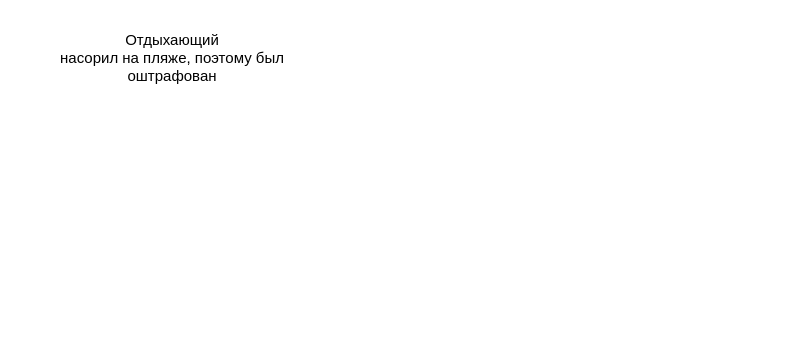
Before: semantic final.drawio in DMfananddu/DSM, a draw.io diagram. Source tidied: cells renumbered, new cells numbered last; positions are measured from the earlier drawing's top-left corner, leaving out a move shared by most shapes. Both pictures are drawn from the tidied source at 100%, with x=0, y=0 at pixel (17, 17).
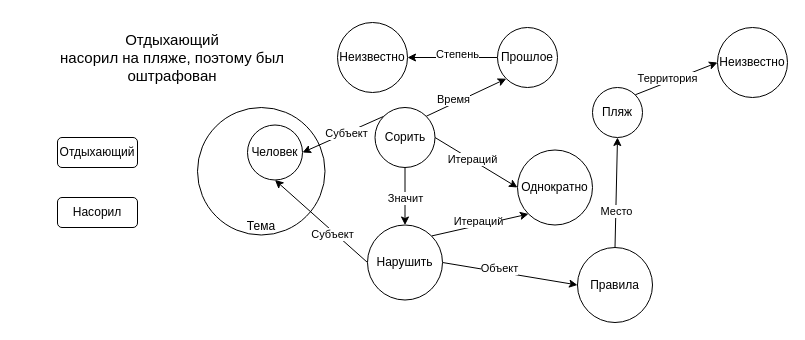
The same page after the edit.

Change to the diagram source:
```diff
@@
+    <mxCell id="3" value="Тема" style="ellipse;whiteSpace=wrap;html=1;verticalAlign=bottom;" parent="1" vertex="1">
+      <mxGeometry x="180" y="90" width="127.5" height="127.5" as="geometry" />
+    </mxCell>
@@
+    <mxCell id="4" value="Отдыхающий" style="rounded=1;whiteSpace=wrap;html=1;" parent="1" vertex="1">
+      <mxGeometry x="40" y="120" width="80" height="30" as="geometry" />
+    </mxCell>
+    <mxCell id="5" value="Человек" style="ellipse;whiteSpace=wrap;html=1;" parent="1" vertex="1">
+      <mxGeometry x="230" y="107.5" width="55" height="55" as="geometry" />
+    </mxCell>
+    <mxCell id="6" value="Насорил" style="rounded=1;whiteSpace=wrap;html=1;" parent="1" vertex="1">
+      <mxGeometry x="40" y="180" width="80" height="30" as="geometry" />
+    </mxCell>
+    <mxCell id="7" style="rounded=0;jettySize=auto;html=1;exitX=1;exitY=0.5;exitDx=0;exitDy=0;entryX=0;entryY=0.5;entryDx=0;entryDy=0;" parent="1" edge="1" source="15" target="16">
+      <mxGeometry relative="1" as="geometry" />
+    </mxCell>
+    <mxCell id="8" value="Итераций" style="edgeLabel;html=1;align=center;verticalAlign=middle;" parent="7" vertex="1">
+      <mxGeometry x="-0.44" y="4" relative="1" as="geometry">
+        <mxPoint x="11.7" y="10.8" as="offset" />
+      </mxGeometry>
+    </mxCell>
+    <mxCell id="9" style="edgeStyle=none;rounded=0;jettySize=auto;html=1;exitX=0.5;exitY=1;exitDx=0;exitDy=0;entryX=0.5;entryY=0;entryDx=0;entryDy=0;" parent="1" edge="1" source="15" target="23">
+      <mxGeometry relative="1" as="geometry" />
+    </mxCell>
+    <mxCell id="10" value="Значит" style="edgeLabel;html=1;align=center;verticalAlign=middle;" parent="9" vertex="1">
+      <mxGeometry x="0.29" y="-1" relative="1" as="geometry">
+        <mxPoint x="1" y="-7" as="offset" />
+      </mxGeometry>
+    </mxCell>
+    <mxCell id="11" style="edgeStyle=none;rounded=0;jettySize=auto;html=1;exitX=0;exitY=0;exitDx=0;exitDy=0;entryX=1;entryY=0.5;entryDx=0;entryDy=0;" parent="1" edge="1" source="15" target="5">
+      <mxGeometry relative="1" as="geometry" />
+    </mxCell>
+    <mxCell id="12" value="Субъект" style="edgeLabel;html=1;align=center;verticalAlign=middle;" parent="11" vertex="1">
+      <mxGeometry x="0.44" y="-3" relative="1" as="geometry">
+        <mxPoint x="22.1" y="-6.7" as="offset" />
+      </mxGeometry>
+    </mxCell>
+    <mxCell id="13" style="edgeStyle=none;rounded=0;jettySize=auto;html=1;exitX=1;exitY=0;exitDx=0;exitDy=0;entryX=0;entryY=1;entryDx=0;entryDy=0;" parent="1" edge="1" source="15" target="32">
+      <mxGeometry relative="1" as="geometry" />
+    </mxCell>
+    <mxCell id="14" value="Время" style="edgeLabel;html=1;align=center;verticalAlign=middle;" parent="13" vertex="1">
+      <mxGeometry x="-0.3" y="4" relative="1" as="geometry" />
+    </mxCell>
+    <mxCell id="15" value="Сорить" style="ellipse;whiteSpace=wrap;html=1;" parent="1" vertex="1">
+      <mxGeometry x="357.5" y="90" width="60" height="60" as="geometry" />
+    </mxCell>
+    <mxCell id="16" value="Однократно" style="ellipse;whiteSpace=wrap;html=1;" parent="1" vertex="1">
+      <mxGeometry x="500" y="132.5" width="75" height="75" as="geometry" />
+    </mxCell>
+    <mxCell id="17" style="edgeStyle=none;rounded=0;jettySize=auto;html=1;exitX=1;exitY=0.5;exitDx=0;exitDy=0;entryX=0;entryY=0.5;entryDx=0;entryDy=0;" parent="1" edge="1" source="23" target="26">
+      <mxGeometry relative="1" as="geometry" />
+    </mxCell>
+    <mxCell id="18" value="Объект" style="edgeLabel;html=1;align=center;verticalAlign=middle;" parent="17" vertex="1">
+      <mxGeometry x="-0.47" y="3" relative="1" as="geometry">
+        <mxPoint x="20" y="3" as="offset" />
+      </mxGeometry>
+    </mxCell>
+    <mxCell id="19" style="edgeStyle=none;rounded=0;jettySize=auto;html=1;exitX=0;exitY=0.5;exitDx=0;exitDy=0;entryX=0.5;entryY=1;entryDx=0;entryDy=0;" parent="1" edge="1" source="23" target="5">
+      <mxGeometry relative="1" as="geometry" />
+    </mxCell>
+    <mxCell id="20" value="Субъект" style="edgeLabel;html=1;align=center;verticalAlign=middle;" parent="19" vertex="1">
+      <mxGeometry x="-0.25" y="3" relative="1" as="geometry">
+        <mxPoint x="1" as="offset" />
+      </mxGeometry>
+    </mxCell>
+    <mxCell id="21" style="edgeStyle=none;rounded=0;jettySize=auto;html=1;exitX=1;exitY=0;exitDx=0;exitDy=0;entryX=0;entryY=1;entryDx=0;entryDy=0;" parent="1" edge="1" source="23" target="16">
+      <mxGeometry relative="1" as="geometry" />
+    </mxCell>
+    <mxCell id="22" value="Итераций" style="edgeLabel;html=1;align=center;verticalAlign=middle;" parent="21" vertex="1">
+      <mxGeometry x="-0.48" y="3" relative="1" as="geometry">
+        <mxPoint x="21.5" y="-6.5" as="offset" />
+      </mxGeometry>
+    </mxCell>
+    <mxCell id="23" value="Нарушить" style="ellipse;whiteSpace=wrap;html=1;" parent="1" vertex="1">
+      <mxGeometry x="350" y="207.5" width="75" height="75" as="geometry" />
+    </mxCell>
+    <mxCell id="24" style="edgeStyle=none;rounded=0;jettySize=auto;html=1;exitX=0.5;exitY=0;exitDx=0;exitDy=0;entryX=0.5;entryY=1;entryDx=0;entryDy=0;" parent="1" edge="1" source="26" target="29">
+      <mxGeometry relative="1" as="geometry" />
+    </mxCell>
+    <mxCell id="25" value="Место" style="edgeLabel;html=1;align=center;verticalAlign=middle;" parent="24" vertex="1">
+      <mxGeometry x="-0.5" y="3" relative="1" as="geometry">
+        <mxPoint x="3.6" y="-8.4" as="offset" />
+      </mxGeometry>
+    </mxCell>
+    <mxCell id="26" value="Правила" style="ellipse;whiteSpace=wrap;html=1;" parent="1" vertex="1">
+      <mxGeometry x="560" y="230" width="75" height="75" as="geometry" />
+    </mxCell>
+    <mxCell id="27" style="edgeStyle=none;rounded=0;jettySize=auto;html=1;exitX=1;exitY=0;exitDx=0;exitDy=0;entryX=0;entryY=0.5;entryDx=0;entryDy=0;" parent="1" edge="1" source="29" target="34">
+      <mxGeometry relative="1" as="geometry" />
+    </mxCell>
+    <mxCell id="28" value="Территория" style="edgeLabel;html=1;align=center;verticalAlign=middle;" parent="27" vertex="1">
+      <mxGeometry x="-0.49" relative="1" as="geometry">
+        <mxPoint x="10.9" y="-8.9" as="offset" />
+      </mxGeometry>
+    </mxCell>
+    <mxCell id="29" value="Пляж" style="ellipse;whiteSpace=wrap;html=1;" parent="1" vertex="1">
+      <mxGeometry x="575" y="70" width="50" height="50" as="geometry" />
+    </mxCell>
+    <mxCell id="30" style="edgeStyle=none;rounded=0;jettySize=auto;html=1;exitX=0;exitY=0.5;exitDx=0;exitDy=0;entryX=1;entryY=0.5;entryDx=0;entryDy=0;" parent="1" edge="1" source="32" target="33">
+      <mxGeometry relative="1" as="geometry" />
+    </mxCell>
+    <mxCell id="31" value="Степень" style="edgeLabel;html=1;align=center;verticalAlign=middle;" parent="30" vertex="1">
+      <mxGeometry x="0.5" y="-4" relative="1" as="geometry">
+        <mxPoint x="27" as="offset" />
+      </mxGeometry>
+    </mxCell>
+    <mxCell id="32" value="Прошлое" style="ellipse;whiteSpace=wrap;html=1;" parent="1" vertex="1">
+      <mxGeometry x="480" y="10" width="60" height="60" as="geometry" />
+    </mxCell>
+    <mxCell id="33" value="Неизвестно" style="ellipse;whiteSpace=wrap;html=1;" parent="1" vertex="1">
+      <mxGeometry x="320" y="5" width="70" height="70" as="geometry" />
+    </mxCell>
+    <mxCell id="34" value="Неизвестно" style="ellipse;whiteSpace=wrap;html=1;" parent="1" vertex="1">
+      <mxGeometry x="700" y="10" width="70" height="70" as="geometry" />
+    </mxCell>
```
